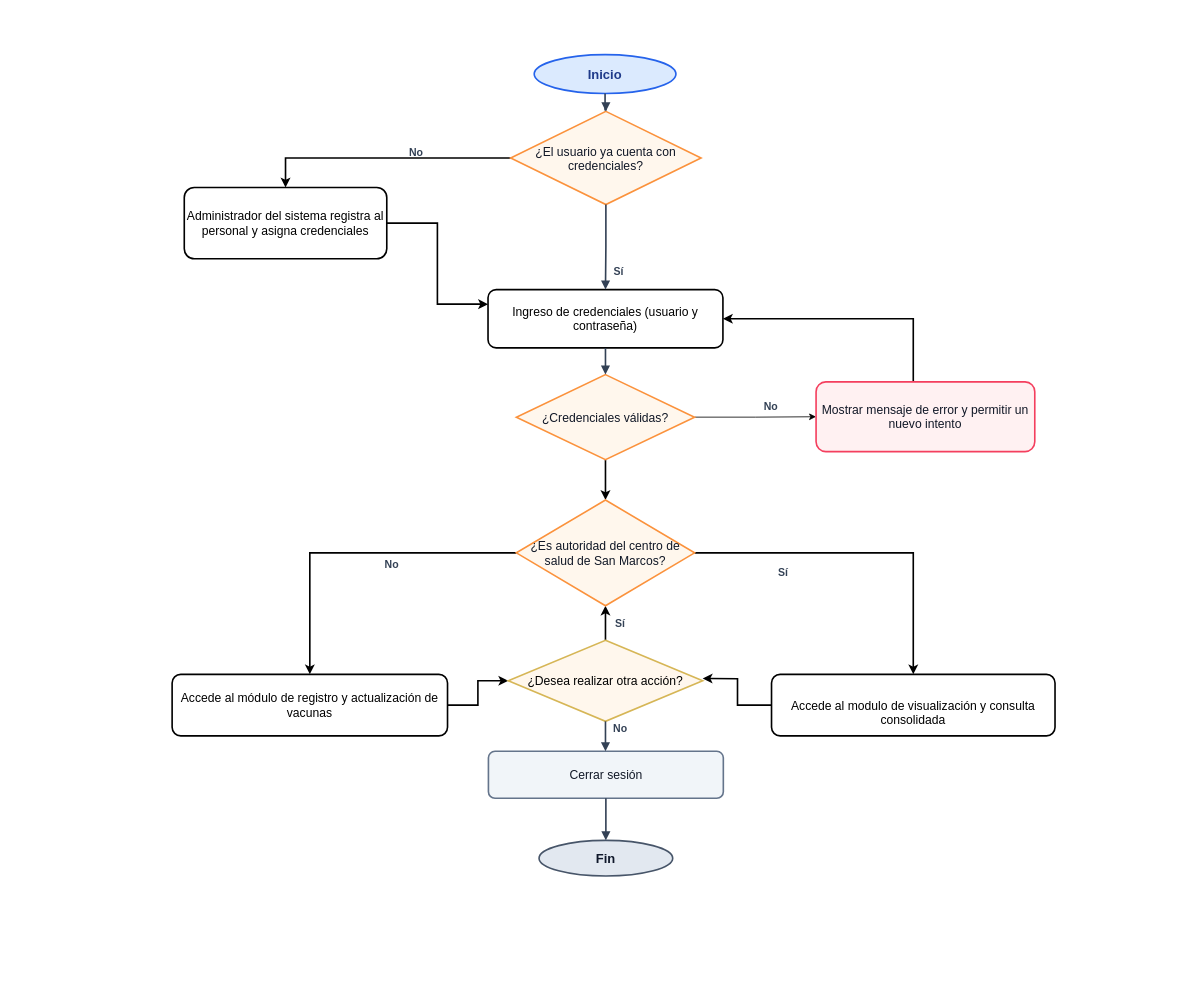
Earlier version of the draw.io diagram Diagramas/diagrama_flujo_vacunas.drawio (WishoSz/PropuestaProyectoDeCarrera). Source tidied: cells renumbered, new cells numbered last; positions are measured from the earlier drawing's top-left corner, leaving out a move shared by most shapes. Both pictures are drawn from the tidied source at 81%, with x=0, y=0 at pixel (14, 14).
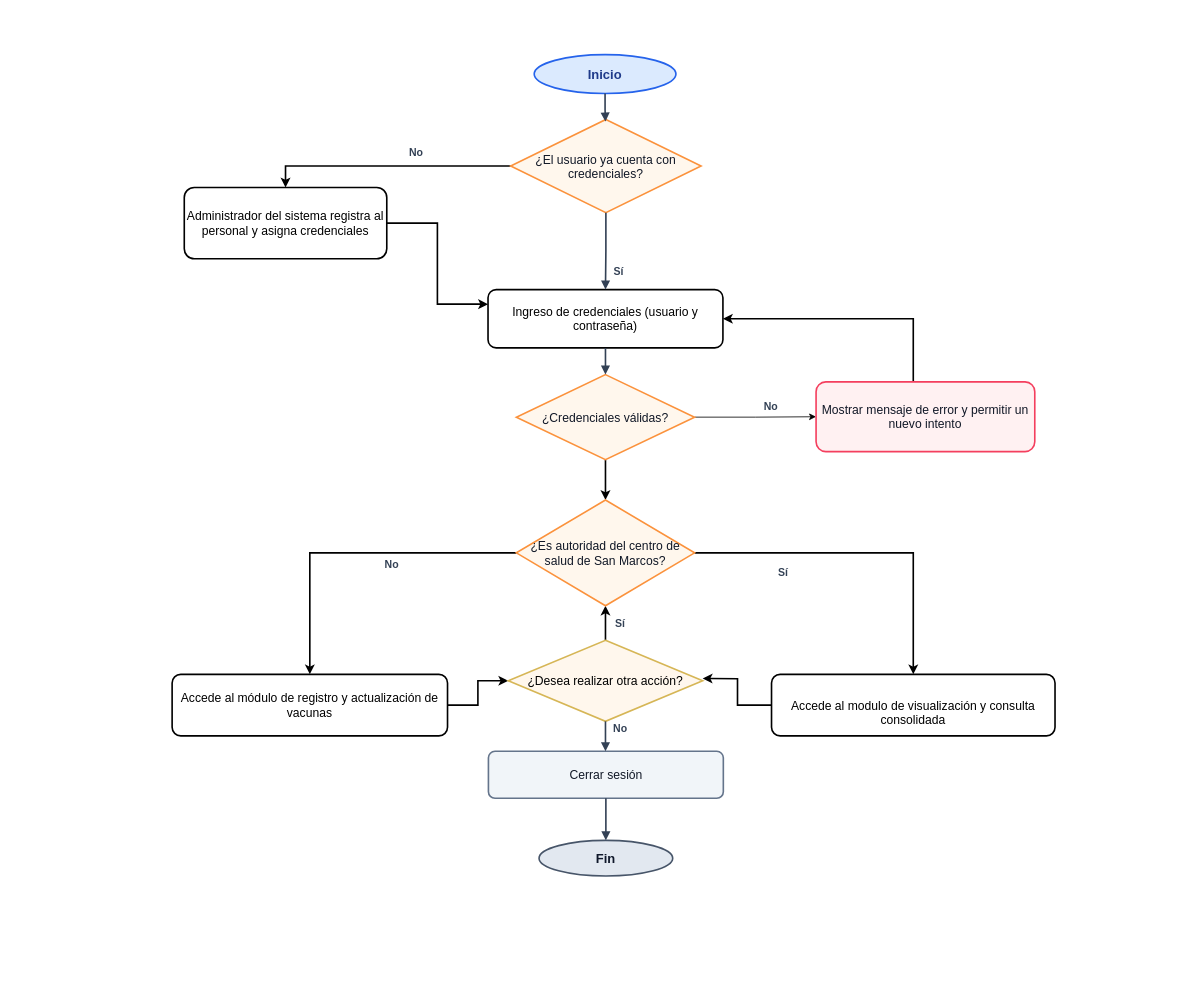
After the change.

Commit message (it also covers changes not shown here):
Lo compuse otra vezzz

The change refers to these unchanged cells:
```xml
<mxCell id="3" value="Inicio" style="ellipse;whiteSpace=wrap;html=1;strokeWidth=2;strokeColor=#2563eb;fillColor=#dbeafe;fontSize=16;fontStyle=1;fontColor=#1e3a8a;align=center;verticalAlign=middle;" parent="1" vertex="1">
  <mxGeometry x="642" y="50" width="175" height="48" as="geometry" />
</mxCell>
```

Diff of the diagram source:
```diff
@@
     <mxCell id="2" style="rounded=0;html=1;fillColor=#ffffff;strokeColor=none;" parent="1" vertex="1">
-      <mxGeometry width="1400" height="1190" as="geometry" />
+      <mxGeometry x="48" width="1400" height="1190" as="geometry" />
     </mxCell>
@@
     <mxCell id="5" value="¿El usuario ya cuenta con credenciales?" style="rhombus;whiteSpace=wrap;html=1;strokeWidth=2;strokeColor=#fb923c;fillColor=#fff7ed;fontSize=15;fontColor=#111827;align=center;verticalAlign=middle;" parent="1" vertex="1">
-      <mxGeometry x="613" y="120" width="235" height="115" as="geometry" />
+      <mxGeometry x="613" y="130" width="235" height="115" as="geometry" />
     </mxCell>
@@
-    <mxCell id="21" style="edgeStyle=orthogonalEdgeStyle;rounded=0;jettySize=auto;html=1;strokeColor=#334155;strokeWidth=2;endArrow=block;endFill=1;" parent="1" edge="1" source="3" target="5">
+    <mxCell id="21" style="edgeStyle=orthogonalEdgeStyle;rounded=0;jettySize=auto;html=1;strokeColor=#334155;strokeWidth=2;endArrow=block;endFill=1;entryX=0.498;entryY=0.023;entryDx=0;entryDy=0;entryPerimeter=0;" parent="1" edge="1" source="3" target="5">
       <mxGeometry relative="1" as="geometry" />
     </mxCell>
```
